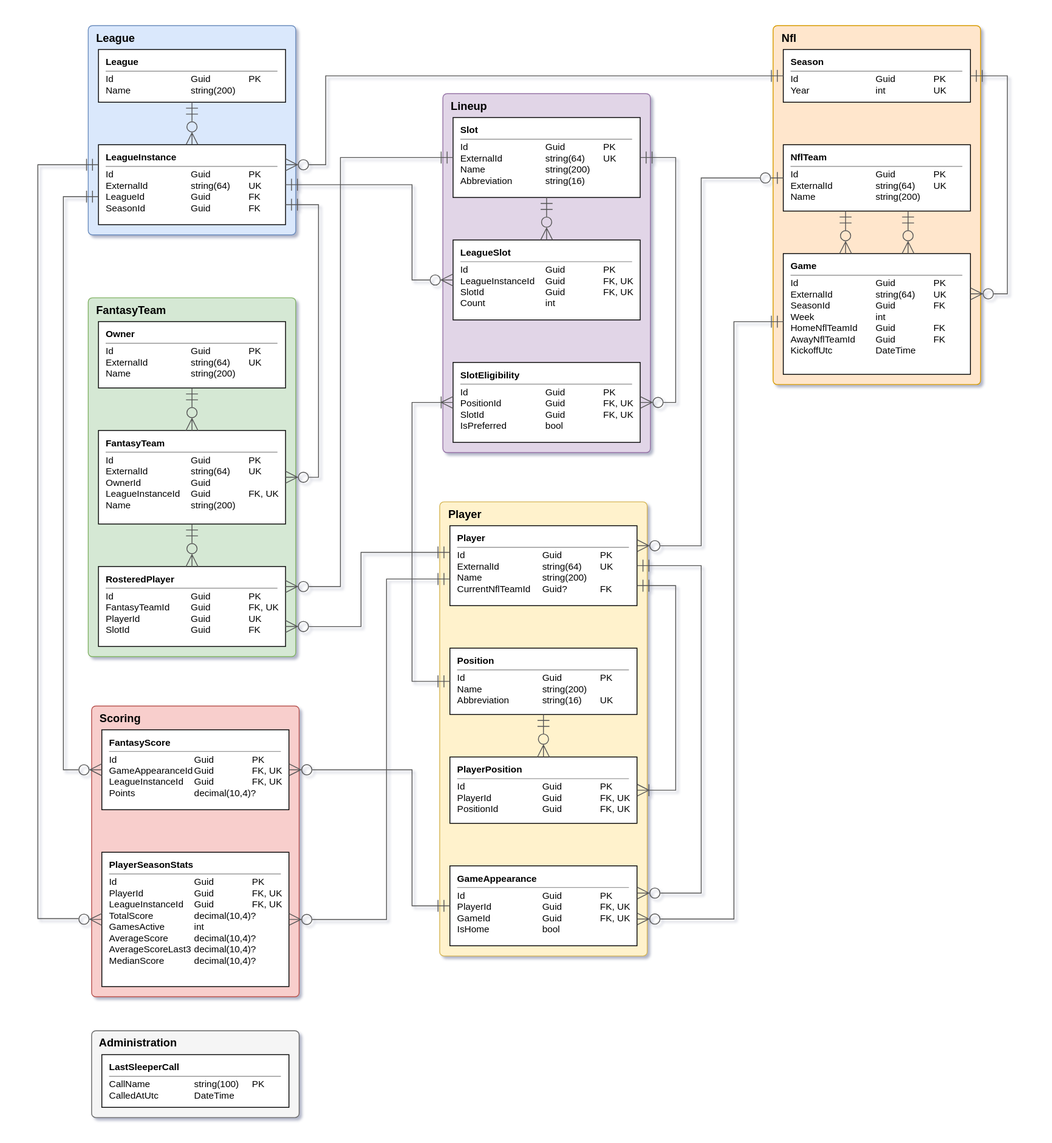
MarijnPessers/FantasyInformator keeps this draw.io diagram as FantasyInformator.Models/models.drawio.svg. Above is the earlier version. Source tidied: cells renumbered, new cells last; positions are measured from the earlier drawing's top-left corner, leaving out a move shared by most shapes.
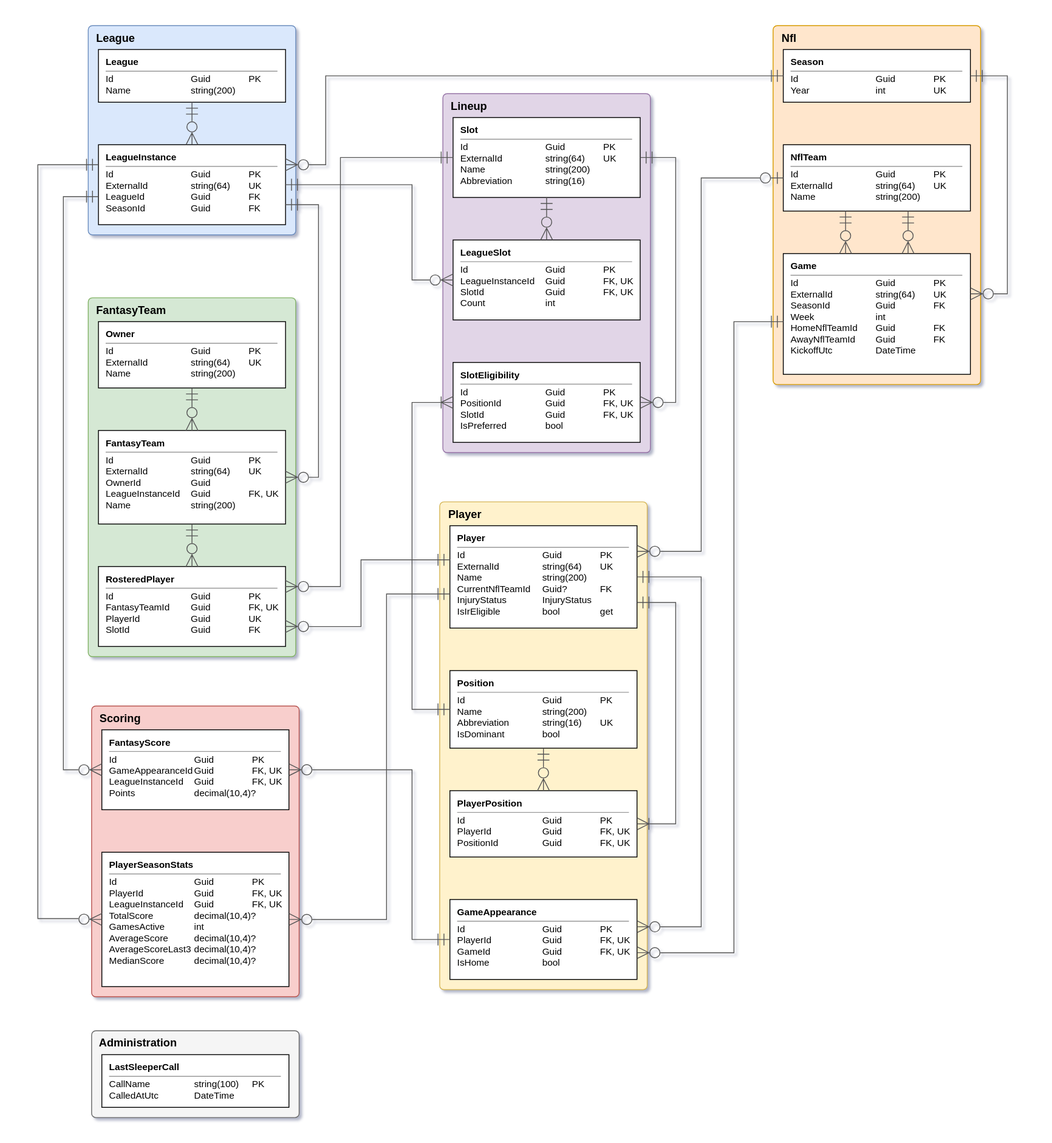
Above is the later version.

Change to the diagram source:
```diff
@@ -57,19 +57,19 @@
       <mxGeometry x="12" y="268" width="220" height="142" as="geometry" />
     </mxCell>
     <mxCell id="20" value="Player" style="rounded=1;arcSize=2;whiteSpace=wrap;html=1;verticalAlign=top;align=left;spacingLeft=8;fontStyle=1;fontSize=13;fillColor=#fff2cc;strokeColor=#d6b656;" parent="1" vertex="1">
-      <mxGeometry x="472.5" y="559.7" width="244" height="534" as="geometry" />
+      <mxGeometry x="472.5" y="559.7" width="244" height="573.6" as="geometry" />
     </mxCell>
-    <mxCell id="21" value="&lt;b&gt;Player&lt;/b&gt;&lt;hr size=&quot;1&quot;&gt;&lt;table cellspacing=&quot;0&quot; cellpadding=&quot;0&quot; style=&quot;font-size:11px;&quot;&gt;&lt;tr&gt;&lt;td style=&quot;white-space:nowrap;width:100px;&quot;&gt;Id&lt;/td&gt;&lt;td style=&quot;white-space:nowrap;width:68px;&quot;&gt;Guid&lt;/td&gt;&lt;td style=&quot;white-space:nowrap;&quot;&gt;PK&lt;/td&gt;&lt;/tr&gt;&lt;tr&gt;&lt;td style=&quot;white-space:nowrap;width:100px;&quot;&gt;ExternalId&lt;/td&gt;&lt;td style=&quot;white-space:nowrap;width:68px;&quot;&gt;string(64)&lt;/td&gt;&lt;td style=&quot;white-space:nowrap;&quot;&gt;UK&lt;/td&gt;&lt;/tr&gt;&lt;tr&gt;&lt;td style=&quot;white-space:nowrap;width:100px;&quot;&gt;Name&lt;/td&gt;&lt;td style=&quot;white-space:nowrap;width:68px;&quot;&gt;string(200)&lt;/td&gt;&lt;td style=&quot;white-space:nowrap;&quot;&gt;&lt;/td&gt;&lt;/tr&gt;&lt;tr&gt;&lt;td style=&quot;white-space:nowrap;width:100px;&quot;&gt;CurrentNflTeamId&lt;/td&gt;&lt;td style=&quot;white-space:nowrap;width:68px;&quot;&gt;Guid?&lt;/td&gt;&lt;td style=&quot;white-space:nowrap;&quot;&gt;FK&lt;/td&gt;&lt;/tr&gt;&lt;/table&gt;" style="rounded=0;whiteSpace=wrap;html=1;align=left;verticalAlign=top;spacingLeft=6;fillColor=#ffffff;strokeColor=#000000;fontSize=11;" parent="20" vertex="1">
-      <mxGeometry x="12" y="28" width="220" height="94" as="geometry" />
+    <mxCell id="21" value="&lt;b&gt;Player&lt;/b&gt;&lt;hr size=&quot;1&quot;&gt;&lt;table cellspacing=&quot;0&quot; cellpadding=&quot;0&quot; style=&quot;font-size:11px;&quot;&gt;&lt;tr&gt;&lt;td style=&quot;white-space:nowrap;width:100px;&quot;&gt;Id&lt;/td&gt;&lt;td style=&quot;white-space:nowrap;width:68px;&quot;&gt;Guid&lt;/td&gt;&lt;td style=&quot;white-space:nowrap;&quot;&gt;PK&lt;/td&gt;&lt;/tr&gt;&lt;tr&gt;&lt;td style=&quot;white-space:nowrap;width:100px;&quot;&gt;ExternalId&lt;/td&gt;&lt;td style=&quot;white-space:nowrap;width:68px;&quot;&gt;string(64)&lt;/td&gt;&lt;td style=&quot;white-space:nowrap;&quot;&gt;UK&lt;/td&gt;&lt;/tr&gt;&lt;tr&gt;&lt;td style=&quot;white-space:nowrap;width:100px;&quot;&gt;Name&lt;/td&gt;&lt;td style=&quot;white-space:nowrap;width:68px;&quot;&gt;string(200)&lt;/td&gt;&lt;td style=&quot;white-space:nowrap;&quot;&gt;&lt;/td&gt;&lt;/tr&gt;&lt;tr&gt;&lt;td style=&quot;white-space:nowrap;width:100px;&quot;&gt;CurrentNflTeamId&lt;/td&gt;&lt;td style=&quot;white-space:nowrap;width:68px;&quot;&gt;Guid?&lt;/td&gt;&lt;td style=&quot;white-space:nowrap;&quot;&gt;FK&lt;/td&gt;&lt;/tr&gt;&lt;tr&gt;&lt;td style=&quot;white-space:nowrap;width:100px;&quot;&gt;InjuryStatus&lt;/td&gt;&lt;td style=&quot;white-space:nowrap;width:68px;&quot;&gt;InjuryStatus&lt;/td&gt;&lt;td style=&quot;white-space:nowrap;&quot;&gt;&lt;/td&gt;&lt;/tr&gt;&lt;tr&gt;&lt;td style=&quot;white-space:nowrap;width:100px;&quot;&gt;IsIrEligible&lt;/td&gt;&lt;td style=&quot;white-space:nowrap;width:68px;&quot;&gt;bool&lt;/td&gt;&lt;td style=&quot;white-space:nowrap;&quot;&gt;get&lt;/td&gt;&lt;/tr&gt;&lt;/table&gt;" style="rounded=0;whiteSpace=wrap;html=1;align=left;verticalAlign=top;spacingLeft=6;fillColor=#ffffff;strokeColor=#000000;fontSize=11;" parent="20" vertex="1">
+      <mxGeometry x="12" y="28" width="220" height="120.4" as="geometry" />
     </mxCell>
-    <mxCell id="22" value="&lt;b&gt;Position&lt;/b&gt;&lt;hr size=&quot;1&quot;&gt;&lt;table cellspacing=&quot;0&quot; cellpadding=&quot;0&quot; style=&quot;font-size:11px;&quot;&gt;&lt;tr&gt;&lt;td style=&quot;white-space:nowrap;width:100px;&quot;&gt;Id&lt;/td&gt;&lt;td style=&quot;white-space:nowrap;width:68px;&quot;&gt;Guid&lt;/td&gt;&lt;td style=&quot;white-space:nowrap;&quot;&gt;PK&lt;/td&gt;&lt;/tr&gt;&lt;tr&gt;&lt;td style=&quot;white-space:nowrap;width:100px;&quot;&gt;Name&lt;/td&gt;&lt;td style=&quot;white-space:nowrap;width:68px;&quot;&gt;string(200)&lt;/td&gt;&lt;td style=&quot;white-space:nowrap;&quot;&gt;&lt;/td&gt;&lt;/tr&gt;&lt;tr&gt;&lt;td style=&quot;white-space:nowrap;width:100px;&quot;&gt;Abbreviation&lt;/td&gt;&lt;td style=&quot;white-space:nowrap;width:68px;&quot;&gt;string(16)&lt;/td&gt;&lt;td style=&quot;white-space:nowrap;&quot;&gt;UK&lt;/td&gt;&lt;/tr&gt;&lt;/table&gt;" style="rounded=0;whiteSpace=wrap;html=1;align=left;verticalAlign=top;spacingLeft=6;fillColor=#ffffff;strokeColor=#000000;fontSize=11;" parent="20" vertex="1">
-      <mxGeometry x="12" y="172" width="220" height="78" as="geometry" />
+    <mxCell id="22" value="&lt;b&gt;Position&lt;/b&gt;&lt;hr size=&quot;1&quot;&gt;&lt;table cellspacing=&quot;0&quot; cellpadding=&quot;0&quot; style=&quot;font-size:11px;&quot;&gt;&lt;tr&gt;&lt;td style=&quot;white-space:nowrap;width:100px;&quot;&gt;Id&lt;/td&gt;&lt;td style=&quot;white-space:nowrap;width:68px;&quot;&gt;Guid&lt;/td&gt;&lt;td style=&quot;white-space:nowrap;&quot;&gt;PK&lt;/td&gt;&lt;/tr&gt;&lt;tr&gt;&lt;td style=&quot;white-space:nowrap;width:100px;&quot;&gt;Name&lt;/td&gt;&lt;td style=&quot;white-space:nowrap;width:68px;&quot;&gt;string(200)&lt;/td&gt;&lt;td style=&quot;white-space:nowrap;&quot;&gt;&lt;/td&gt;&lt;/tr&gt;&lt;tr&gt;&lt;td style=&quot;white-space:nowrap;width:100px;&quot;&gt;Abbreviation&lt;/td&gt;&lt;td style=&quot;white-space:nowrap;width:68px;&quot;&gt;string(16)&lt;/td&gt;&lt;td style=&quot;white-space:nowrap;&quot;&gt;UK&lt;/td&gt;&lt;/tr&gt;&lt;tr&gt;&lt;td style=&quot;white-space:nowrap;width:100px;&quot;&gt;IsDominant&lt;/td&gt;&lt;td style=&quot;white-space:nowrap;width:68px;&quot;&gt;bool&lt;/td&gt;&lt;td style=&quot;white-space:nowrap;&quot;&gt;&lt;/td&gt;&lt;/tr&gt;&lt;/table&gt;" style="rounded=0;whiteSpace=wrap;html=1;align=left;verticalAlign=top;spacingLeft=6;fillColor=#ffffff;strokeColor=#000000;fontSize=11;" parent="20" vertex="1">
+      <mxGeometry x="12" y="198.4" width="220" height="91.2" as="geometry" />
     </mxCell>
     <mxCell id="23" value="&lt;b&gt;PlayerPosition&lt;/b&gt;&lt;hr size=&quot;1&quot;&gt;&lt;table cellspacing=&quot;0&quot; cellpadding=&quot;0&quot; style=&quot;font-size:11px;&quot;&gt;&lt;tr&gt;&lt;td style=&quot;white-space:nowrap;width:100px;&quot;&gt;Id&lt;/td&gt;&lt;td style=&quot;white-space:nowrap;width:68px;&quot;&gt;Guid&lt;/td&gt;&lt;td style=&quot;white-space:nowrap;&quot;&gt;PK&lt;/td&gt;&lt;/tr&gt;&lt;tr&gt;&lt;td style=&quot;white-space:nowrap;width:100px;&quot;&gt;PlayerId&lt;/td&gt;&lt;td style=&quot;white-space:nowrap;width:68px;&quot;&gt;Guid&lt;/td&gt;&lt;td style=&quot;white-space:nowrap;&quot;&gt;FK, UK&lt;/td&gt;&lt;/tr&gt;&lt;tr&gt;&lt;td style=&quot;white-space:nowrap;width:100px;&quot;&gt;PositionId&lt;/td&gt;&lt;td style=&quot;white-space:nowrap;width:68px;&quot;&gt;Guid&lt;/td&gt;&lt;td style=&quot;white-space:nowrap;&quot;&gt;FK, UK&lt;/td&gt;&lt;/tr&gt;&lt;/table&gt;" style="rounded=0;whiteSpace=wrap;html=1;align=left;verticalAlign=top;spacingLeft=6;fillColor=#ffffff;strokeColor=#000000;fontSize=11;" parent="20" vertex="1">
-      <mxGeometry x="12" y="300" width="220" height="78" as="geometry" />
+      <mxGeometry x="12" y="339.6" width="220" height="78" as="geometry" />
     </mxCell>
     <mxCell id="24" value="&lt;b&gt;GameAppearance&lt;/b&gt;&lt;hr size=&quot;1&quot;&gt;&lt;table cellspacing=&quot;0&quot; cellpadding=&quot;0&quot; style=&quot;font-size:11px;&quot;&gt;&lt;tr&gt;&lt;td style=&quot;white-space:nowrap;width:100px;&quot;&gt;Id&lt;/td&gt;&lt;td style=&quot;white-space:nowrap;width:68px;&quot;&gt;Guid&lt;/td&gt;&lt;td style=&quot;white-space:nowrap;&quot;&gt;PK&lt;/td&gt;&lt;/tr&gt;&lt;tr&gt;&lt;td style=&quot;white-space:nowrap;width:100px;&quot;&gt;PlayerId&lt;/td&gt;&lt;td style=&quot;white-space:nowrap;width:68px;&quot;&gt;Guid&lt;/td&gt;&lt;td style=&quot;white-space:nowrap;&quot;&gt;FK, UK&lt;/td&gt;&lt;/tr&gt;&lt;tr&gt;&lt;td style=&quot;white-space:nowrap;width:100px;&quot;&gt;GameId&lt;/td&gt;&lt;td style=&quot;white-space:nowrap;width:68px;&quot;&gt;Guid&lt;/td&gt;&lt;td style=&quot;white-space:nowrap;&quot;&gt;FK, UK&lt;/td&gt;&lt;/tr&gt;&lt;tr&gt;&lt;td style=&quot;white-space:nowrap;width:100px;&quot;&gt;IsHome&lt;/td&gt;&lt;td style=&quot;white-space:nowrap;width:68px;&quot;&gt;bool&lt;/td&gt;&lt;td style=&quot;white-space:nowrap;&quot;&gt;&lt;/td&gt;&lt;/tr&gt;&lt;/table&gt;" style="rounded=0;whiteSpace=wrap;html=1;align=left;verticalAlign=top;spacingLeft=6;fillColor=#ffffff;strokeColor=#000000;fontSize=11;" parent="20" vertex="1">
-      <mxGeometry x="12" y="428" width="220" height="94" as="geometry" />
+      <mxGeometry x="12" y="467.6" width="220" height="94" as="geometry" />
     </mxCell>
     <mxCell id="25" style="edgeStyle=none;rounded=0;html=1;strokeColor=#555555;exitX=0.5;exitY=1;entryX=0.5;entryY=0;exitDx=0;exitDy=0;entryDx=0;entryDy=0;startArrow=ERmandOne;endArrow=ERzeroToMany;startFill=0;endFill=0;startSize=12;endSize=12;" parent="1" edge="1" source="3" target="4">
       <mxGeometry relative="1" as="geometry" />
@@ -100,7 +100,7 @@
     <mxCell id="30" style="edgeStyle=orthogonalEdgeStyle;rounded=0;curved=0;html=1;strokeColor=#555555;exitX=0;exitY=0.333;entryX=1;entryY=0.75;exitDx=0;exitDy=0;entryDx=0;entryDy=0;startArrow=ERmandOne;endArrow=ERzeroToMany;startFill=0;endFill=0;startSize=12;endSize=12;" parent="1" edge="1" source="21" target="8">
       <mxGeometry x="-0.04" relative="1" as="geometry">
         <Array as="points">
-          <mxPoint x="380" y="619" />
+          <mxPoint x="380" y="627.8" />
           <mxPoint x="380" y="706.2" />
         </Array>
       </mxGeometry>
@@ -109,7 +109,7 @@
       <mxGeometry x="-0.28" relative="1" as="geometry">
         <Array as="points">
           <mxPoint x="780" y="178.7" />
-          <mxPoint x="780" y="611.2" />
+          <mxPoint x="780" y="617.8" />
         </Array>
       </mxGeometry>
     </mxCell>
@@ -141,8 +141,8 @@
     <mxCell id="37" style="edgeStyle=orthogonalEdgeStyle;rounded=0;curved=0;html=1;strokeColor=#555555;exitX=1;exitY=0.75;entryX=1;entryY=0.5;exitDx=0;exitDy=0;entryDx=0;entryDy=0;startArrow=ERmandOne;endArrow=ERoneToMany;startFill=0;endFill=0;startSize=12;endSize=12;" parent="1" edge="1" source="21" target="23">
       <mxGeometry x="0.69" relative="1" as="geometry">
         <Array as="points">
-          <mxPoint x="750" y="658.2" />
-          <mxPoint x="750" y="898.7" />
+          <mxPoint x="750" y="678" />
+          <mxPoint x="750" y="938.3" />
         </Array>
       </mxGeometry>
     </mxCell>
@@ -152,7 +152,7 @@
     <mxCell id="39" style="edgeStyle=orthogonalEdgeStyle;rounded=0;curved=0;html=1;strokeColor=#555555;exitX=0;exitY=0.5;entryX=0;entryY=0.5;exitDx=0;exitDy=0;entryDx=0;entryDy=0;startArrow=ERmandOne;endArrow=ERoneToMany;startFill=0;endFill=0;startSize=12;endSize=12;" parent="1" edge="1" source="22" target="12">
       <mxGeometry x="-0.12" relative="1" as="geometry">
         <Array as="points">
-          <mxPoint x="440" y="770.7" />
+          <mxPoint x="440" y="803.7" />
           <mxPoint x="440" y="442.7" />
         </Array>
       </mxGeometry>
@@ -165,12 +165,11 @@
         </Array>
       </mxGeometry>
     </mxCell>
-    <mxCell id="41" style="edgeStyle=orthogonalEdgeStyle;rounded=0;curved=0;html=1;strokeColor=#555555;exitX=1;exitY=0.5;exitDx=0;exitDy=0;startArrow=ERmandOne;endArrow=ERzeroToMany;startFill=0;endFill=0;startSize=12;endSize=12;" parent="1" edge="1" source="21">
+    <mxCell id="41" style="edgeStyle=orthogonalEdgeStyle;rounded=0;curved=0;html=1;strokeColor=#555555;exitX=1;exitY=0.5;exitDx=0;exitDy=0;startArrow=ERmandOne;endArrow=ERzeroToMany;startFill=0;endFill=0;startSize=12;endSize=12;entryX=1;entryY=0.34;entryDx=0;entryDy=0;" parent="1" edge="1" source="21" target="24">
       <mxGeometry x="0.57" relative="1" as="geometry">
-        <mxPoint x="704.5" y="1019.7" as="targetPoint" />
         <Array as="points">
-          <mxPoint x="780" y="634.7" />
-          <mxPoint x="780" y="1019.7" />
+          <mxPoint x="780" y="647.9" />
+          <mxPoint x="780" y="1059.3" />
         </Array>
       </mxGeometry>
     </mxCell>
@@ -178,14 +177,14 @@
       <mxGeometry x="0.27" relative="1" as="geometry">
         <Array as="points">
           <mxPoint x="818.5" y="330.7" />
-          <mxPoint x="818.5" y="1050.2" />
+          <mxPoint x="818.5" y="1089.8" />
         </Array>
       </mxGeometry>
     </mxCell>
     <mxCell id="43" style="edgeStyle=orthogonalEdgeStyle;rounded=0;curved=0;html=1;strokeColor=#555555;exitX=0;exitY=0.5;entryX=1;entryY=0.5;exitDx=0;exitDy=0;entryDx=0;entryDy=0;startArrow=ERmandOne;endArrow=ERzeroToMany;startFill=0;endFill=0;startSize=12;endSize=12;" parent="1" edge="1" source="24" target="14">
       <mxGeometry x="-0.26" relative="1" as="geometry">
         <Array as="points">
-          <mxPoint x="440" y="1034.7" />
+          <mxPoint x="440" y="1074.3" />
           <mxPoint x="440" y="874.7" />
         </Array>
       </mxGeometry>
@@ -201,7 +200,7 @@
     <mxCell id="45" style="edgeStyle=orthogonalEdgeStyle;rounded=0;curved=0;html=1;strokeColor=#555555;exitX=0;exitY=0.667;entryX=1;entryY=0.5;exitDx=0;exitDy=0;entryDx=0;entryDy=0;startArrow=ERmandOne;endArrow=ERzeroToMany;startFill=0;endFill=0;startSize=12;endSize=12;" parent="1" edge="1" source="21" target="15">
       <mxGeometry x="-0.53" relative="1" as="geometry">
         <Array as="points">
-          <mxPoint x="410" y="650.4" />
+          <mxPoint x="410" y="668" />
           <mxPoint x="410" y="1050.7" />
         </Array>
       </mxGeometry>
```
